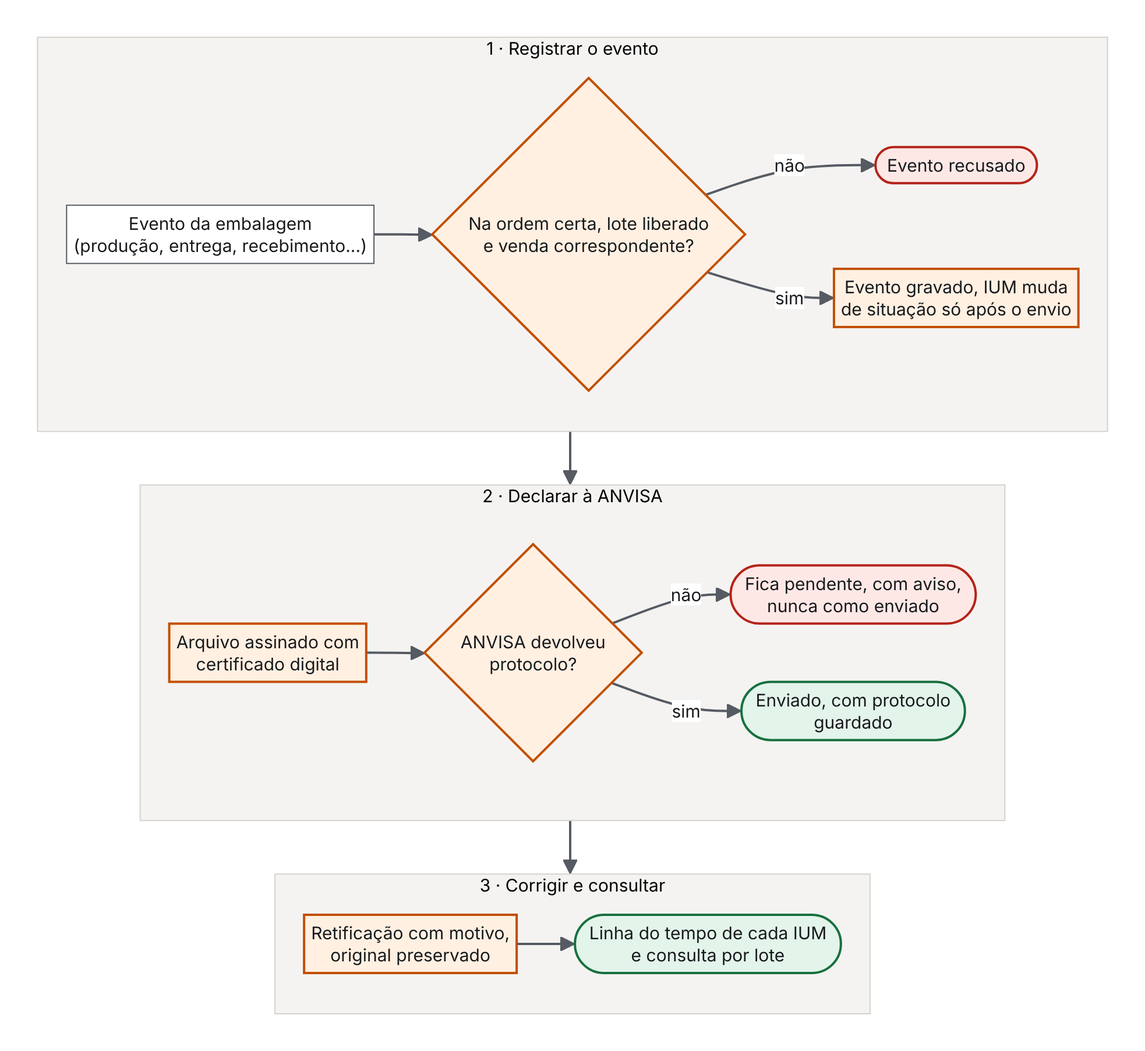
Earlier version of the Mermaid export app/public/estudo/fluxo-16b-eventos-e-declaracao.png (Nardacci/iLabs). Its source is kept beside it as docs/roadmap/diagramas/fluxo-16b-eventos-e-declaracao.mmd.
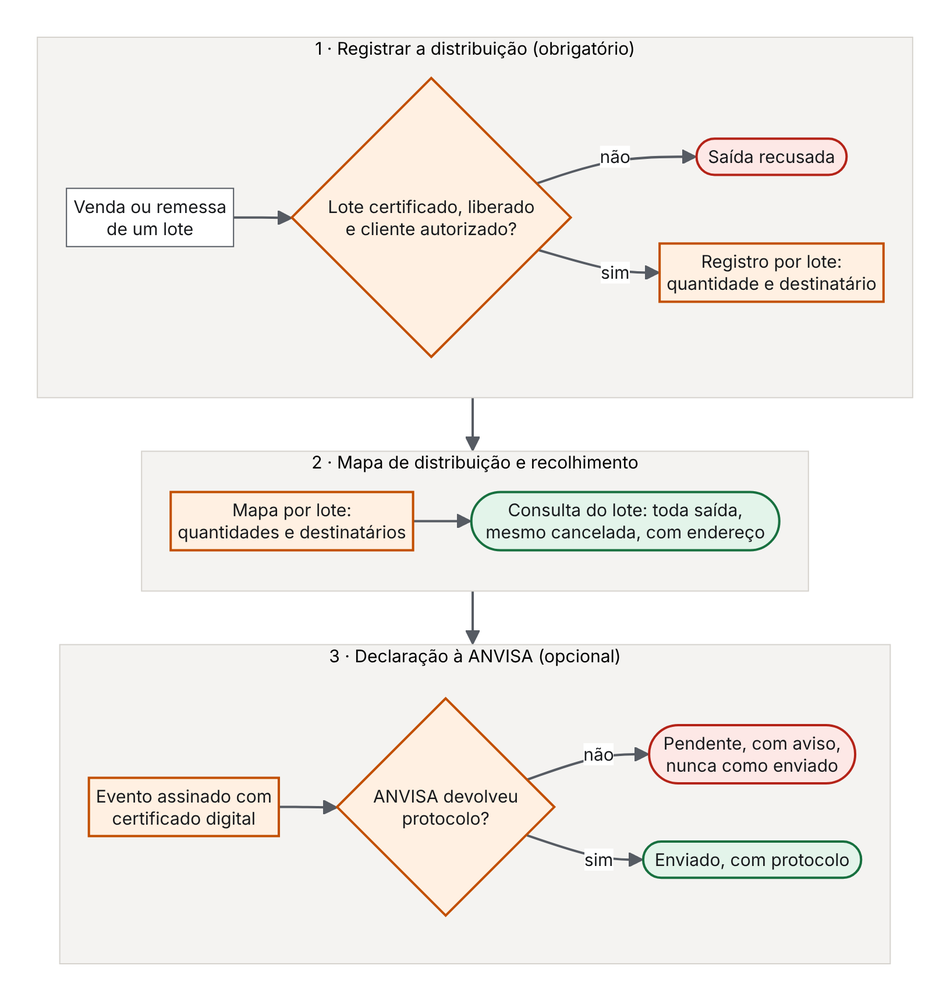
Later version of the same file.

Diff of the diagram source:
```diff
@@ -3,20 +3,20 @@
   classDef passo fill:#ffffff,stroke:#565b63,color:#17191c
   classDef fim fill:#e3f4ea,stroke:#17703f,stroke-width:2px,color:#17191c
   classDef bloqueio fill:#fde8e6,stroke:#b42318,stroke-width:2px,color:#17191c
-  subgraph R["1 · Registrar o evento"]
+  subgraph R["1 · Registrar a distribuição (obrigatório)"]
     direction LR
-    A1["Evento da embalagem<br/>(produção, entrega, recebimento...)"]:::passo --> A2{"Na ordem certa, lote liberado<br/>e venda correspondente?"}:::trava
-    A2 -- não --> X1(["Evento recusado"]):::bloqueio
-    A2 -- sim --> A3["Evento gravado, IUM muda<br/>de situação só após o envio"]:::trava
+    A1["Venda ou remessa<br/>de um lote"]:::passo --> A2{"Lote certificado, liberado<br/>e cliente autorizado?"}:::trava
+    A2 -- não --> X1(["Saída recusada"]):::bloqueio
+    A2 -- sim --> A3["Registro por lote:<br/>quantidade e destinatário"]:::trava
   end
-  subgraph D["2 · Declarar à ANVISA"]
+  subgraph M["2 · Mapa de distribuição e recolhimento"]
     direction LR
-    B1["Arquivo assinado com<br/>certificado digital"]:::trava --> B2{"ANVISA devolveu<br/>protocolo?"}:::trava
-    B2 -- não --> X2(["Fica pendente, com aviso,<br/>nunca como enviado"]):::bloqueio
-    B2 -- sim --> B3(["Enviado, com protocolo<br/>guardado"]):::fim
+    B1["Mapa por lote:<br/>quantidades e destinatários"]:::trava --> B2(["Consulta do lote: toda saída,<br/>mesmo cancelada, com endereço"]):::fim
   end
-  subgraph C["3 · Corrigir e consultar"]
+  subgraph D["3 · Declaração à ANVISA (opcional)"]
     direction LR
-    C1["Retificação com motivo,<br/>original preservado"]:::trava --> C2(["Linha do tempo de cada IUM<br/>e consulta por lote"]):::fim
+    C1["Evento assinado com<br/>certificado digital"]:::trava --> C2{"ANVISA devolveu<br/>protocolo?"}:::trava
+    C2 -- não --> X2(["Pendente, com aviso,<br/>nunca como enviado"]):::bloqueio
+    C2 -- sim --> C3(["Enviado, com protocolo"]):::fim
   end
-  R --> D --> C
+  R --> M --> D
```
